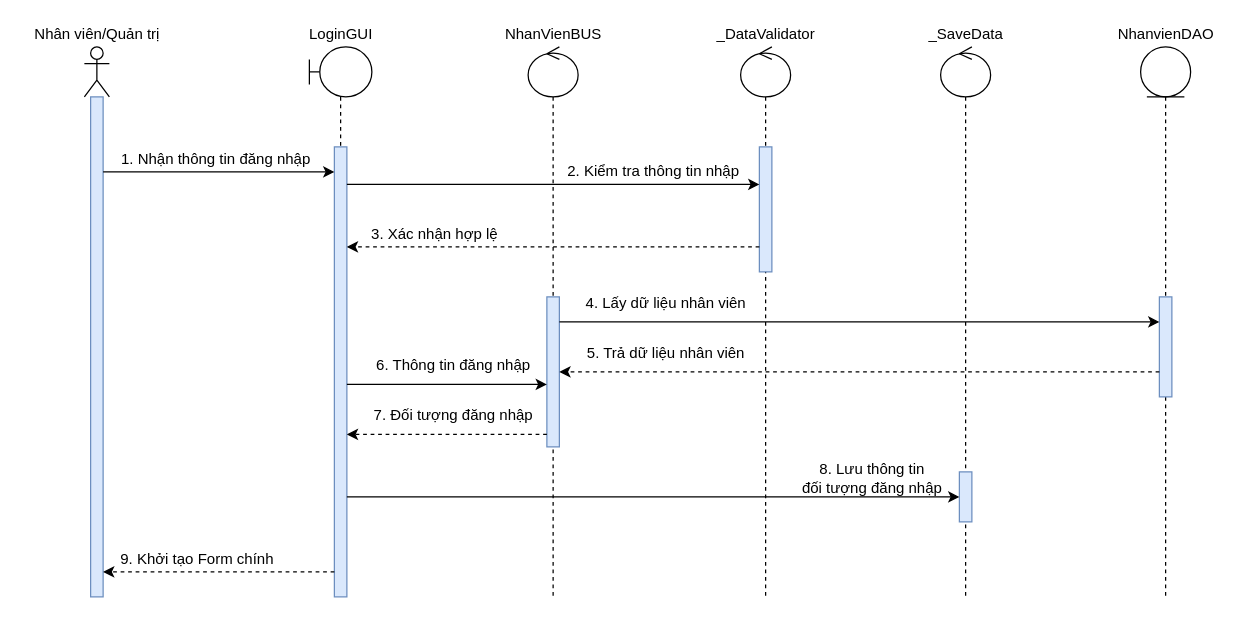
This is Sequence Diagrams/Quân Phạm/SD_ĐăngNhập.drawio from EdgarIgnite16/OOAD-Project, a draw.io file, before an edit. Source tidied: cells renumbered, new cells numbered last; positions are measured from the earlier drawing's top-left corner, leaving out a move shared by most shapes. Both pictures are drawn from the tidied source at 125%, with x=0, y=0 at pixel (21, 21).
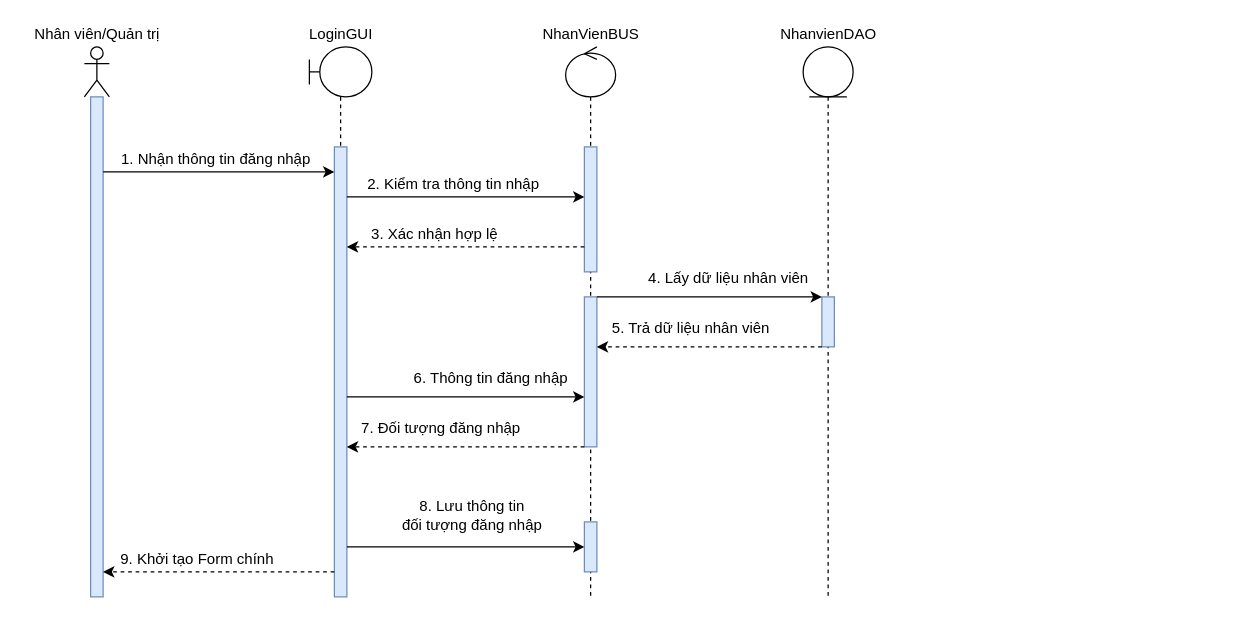
The same diagram, later.

Commit message (it also covers changes not shown here):
update dành cho báo đời

Unchanged cells that the change refers to:
```xml
<mxCell id="6" style="html=1;points=[];perimeter=orthogonalPerimeter;fillColor=#dae8fc;strokeColor=#6c8ebf;" parent="5" vertex="1">
  <mxGeometry x="20" y="80" width="10" height="360" as="geometry" />
</mxCell>
<mxCell id="8" style="html=1;points=[];perimeter=orthogonalPerimeter;fillColor=#dae8fc;strokeColor=#6c8ebf;" parent="7" vertex="1">
  <mxGeometry x="15" y="200" width="10" height="120" as="geometry" />
</mxCell>
```

What changed in the source:
```diff
@@
     <mxCell id="7" style="shape=umlLifeline;participant=umlControl;perimeter=lifelinePerimeter;whiteSpace=wrap;html=1;verticalAlign=top;spacingTop=36;" parent="1" vertex="1">
-      <mxGeometry x="405" y="20" width="40" height="440" as="geometry" />
+      <mxGeometry x="435" y="20" width="40" height="440" as="geometry" />
     </mxCell>
@@
+    <mxCell id="15" style="html=1;points=[];perimeter=orthogonalPerimeter;fillColor=#dae8fc;strokeColor=#6c8ebf;" parent="7" vertex="1">
+      <mxGeometry x="15" y="80" width="10" height="100" as="geometry" />
+    </mxCell>
+    <mxCell id="21" style="html=1;points=[];perimeter=orthogonalPerimeter;fillColor=#dae8fc;strokeColor=#6c8ebf;" parent="7" vertex="1">
+      <mxGeometry x="15" y="380" width="10" height="40" as="geometry" />
+    </mxCell>
@@
     <mxCell id="10" value="NhanVienBUS" style="text;html=1;align=center;verticalAlign=middle;strokeColor=none;fillColor=none;" parent="1" vertex="1">
-      <mxGeometry x="380" width="90" height="20" as="geometry" />
+      <mxGeometry x="410" width="90" height="20" as="geometry" />
     </mxCell>
-    <mxCell id="11" value="_SaveData" style="text;html=1;align=center;verticalAlign=middle;strokeColor=none;fillColor=none;" parent="1" vertex="1">
-      <mxGeometry x="720" width="70" height="20" as="geometry" />
-    </mxCell>
@@
-    <mxCell id="14" style="shape=umlLifeline;participant=umlControl;perimeter=lifelinePerimeter;whiteSpace=wrap;html=1;verticalAlign=top;spacingTop=36;" parent="1" vertex="1">
-      <mxGeometry x="575" y="20" width="40" height="440" as="geometry" />
-    </mxCell>
-    <mxCell id="15" style="html=1;points=[];perimeter=orthogonalPerimeter;fillColor=#dae8fc;strokeColor=#6c8ebf;" parent="14" vertex="1">
-      <mxGeometry x="15" y="80" width="10" height="100" as="geometry" />
-    </mxCell>
-    <mxCell id="16" value="_DataValidator" style="text;html=1;align=center;verticalAlign=middle;strokeColor=none;fillColor=none;" parent="1" vertex="1">
-      <mxGeometry x="550" width="90" height="20" as="geometry" />
-    </mxCell>
     <mxCell id="17" style="shape=umlLifeline;participant=umlEntity;perimeter=lifelinePerimeter;whiteSpace=wrap;html=1;verticalAlign=top;spacingTop=36;" parent="1" vertex="1">
-      <mxGeometry x="895" y="20" width="40" height="440" as="geometry" />
+      <mxGeometry x="625" y="20" width="40" height="440" as="geometry" />
     </mxCell>
     <mxCell id="18" style="html=1;points=[];perimeter=orthogonalPerimeter;fillColor=#dae8fc;strokeColor=#6c8ebf;" parent="17" vertex="1">
-      <mxGeometry x="15" y="200" width="10" height="80" as="geometry" />
+      <mxGeometry x="15" y="200" width="10" height="40" as="geometry" />
     </mxCell>
     <mxCell id="19" value="NhanvienDAO" style="text;html=1;align=center;verticalAlign=middle;strokeColor=none;fillColor=none;" parent="1" vertex="1">
-      <mxGeometry x="870" width="90" height="20" as="geometry" />
+      <mxGeometry x="600" width="90" height="20" as="geometry" />
     </mxCell>
-    <mxCell id="20" style="shape=umlLifeline;participant=umlControl;perimeter=lifelinePerimeter;whiteSpace=wrap;html=1;verticalAlign=top;spacingTop=36;" parent="1" vertex="1">
-      <mxGeometry x="735" y="20" width="40" height="440" as="geometry" />
-    </mxCell>
-    <mxCell id="21" style="html=1;points=[];perimeter=orthogonalPerimeter;fillColor=#dae8fc;strokeColor=#6c8ebf;" parent="20" vertex="1">
-      <mxGeometry x="15" y="340" width="10" height="40" as="geometry" />
-    </mxCell>
     <mxCell id="22" style="edgeStyle=orthogonalEdgeStyle;rounded=0;jettySize=auto;html=1;" parent="1" edge="1" source="6" target="15">
       <mxGeometry relative="1" as="geometry">
         <Array as="points">
-          <mxPoint x="430" y="130" />
-          <mxPoint x="430" y="130" />
+          <mxPoint x="350" y="140" />
+          <mxPoint x="350" y="140" />
         </Array>
       </mxGeometry>
     </mxCell>
     <mxCell id="23" value="2. Kiểm tra thông tin nhập" style="text;html=1;align=center;verticalAlign=middle;strokeColor=none;fillColor=none;" parent="1" vertex="1">
-      <mxGeometry x="430" y="110" width="150" height="20" as="geometry" />
+      <mxGeometry x="270" y="120" width="150" height="20" as="geometry" />
     </mxCell>
     <mxCell id="24" style="edgeStyle=orthogonalEdgeStyle;rounded=0;jettySize=auto;html=1;dashed=1;" parent="1" edge="1" source="15" target="6">
       <mxGeometry relative="1" as="geometry">
         <Array as="points">
-          <mxPoint x="430" y="180" />
-          <mxPoint x="430" y="180" />
+          <mxPoint x="340" y="180" />
+          <mxPoint x="340" y="180" />
         </Array>
       </mxGeometry>
     </mxCell>
@@
     <mxCell id="26" style="edgeStyle=orthogonalEdgeStyle;rounded=0;jettySize=auto;html=1;" parent="1" edge="1" source="6" target="8">
       <mxGeometry relative="1" as="geometry">
         <Array as="points">
-          <mxPoint x="350" y="290" />
-          <mxPoint x="350" y="290" />
+          <mxPoint x="360" y="300" />
+          <mxPoint x="360" y="300" />
         </Array>
       </mxGeometry>
     </mxCell>
     <mxCell id="27" style="edgeStyle=orthogonalEdgeStyle;rounded=0;jettySize=auto;html=1;dashed=1;" parent="1" edge="1" source="18" target="8">
       <mxGeometry relative="1" as="geometry">
         <Array as="points">
-          <mxPoint x="670" y="280" />
-          <mxPoint x="670" y="280" />
+          <mxPoint x="560" y="260" />
+          <mxPoint x="560" y="260" />
         </Array>
       </mxGeometry>
     </mxCell>
     <mxCell id="28" value="5. Trả dữ liệu nhân viên" style="text;html=1;align=center;verticalAlign=middle;strokeColor=none;fillColor=none;" parent="1" vertex="1">
-      <mxGeometry x="440" y="250" width="150" height="30" as="geometry" />
+      <mxGeometry x="460" y="230" width="150" height="30" as="geometry" />
     </mxCell>
     <mxCell id="29" value="6. Thông tin đăng nhập" style="text;html=1;align=center;verticalAlign=middle;strokeColor=none;fillColor=none;" parent="1" vertex="1">
-      <mxGeometry x="270" y="260" width="150" height="30" as="geometry" />
+      <mxGeometry x="300" y="270" width="150" height="30" as="geometry" />
     </mxCell>
     <mxCell id="30" style="edgeStyle=orthogonalEdgeStyle;rounded=0;jettySize=auto;html=1;dashed=1;" parent="1" edge="1" source="8" target="6">
       <mxGeometry relative="1" as="geometry">
         <Array as="points">
-          <mxPoint x="340" y="330" />
-          <mxPoint x="340" y="330" />
+          <mxPoint x="350" y="340" />
+          <mxPoint x="350" y="340" />
         </Array>
       </mxGeometry>
     </mxCell>
     <mxCell id="31" value="7. Đối tượng đăng nhập" style="text;html=1;align=center;verticalAlign=middle;strokeColor=none;fillColor=none;" parent="1" vertex="1">
-      <mxGeometry x="270" y="300" width="150" height="30" as="geometry" />
+      <mxGeometry x="260" y="310" width="150" height="30" as="geometry" />
     </mxCell>
-    <mxCell id="32" style="edgeStyle=orthogonalEdgeStyle;rounded=0;jettySize=auto;html=1;" parent="1" edge="1" source="6" target="21">
-      <mxGeometry relative="1" as="geometry">
-        <Array as="points">
-          <mxPoint x="700" y="380" />
-          <mxPoint x="700" y="380" />
-        </Array>
-      </mxGeometry>
-    </mxCell>
@@
     <mxCell id="34" value="8. Lưu thông tin&lt;br&gt;đối tượng đăng nhập" style="text;html=1;align=center;verticalAlign=middle;strokeColor=none;fillColor=none;" parent="1" vertex="1">
-      <mxGeometry x="610" y="345" width="140" height="40" as="geometry" />
+      <mxGeometry x="290" y="375" width="140" height="40" as="geometry" />
     </mxCell>
@@
     <mxCell id="36" style="edgeStyle=orthogonalEdgeStyle;rounded=0;jettySize=auto;html=1;" parent="1" edge="1" source="8" target="18">
       <mxGeometry relative="1" as="geometry">
         <Array as="points">
-          <mxPoint x="660" y="240" />
-          <mxPoint x="660" y="240" />
+          <mxPoint x="510" y="220" />
+          <mxPoint x="510" y="220" />
         </Array>
       </mxGeometry>
     </mxCell>
     <mxCell id="37" value="4. Lấy dữ liệu nhân viên" style="text;html=1;align=center;verticalAlign=middle;strokeColor=none;fillColor=none;" parent="1" vertex="1">
-      <mxGeometry x="440" y="210" width="150" height="30" as="geometry" />
+      <mxGeometry x="490" y="190" width="150" height="30" as="geometry" />
     </mxCell>
+    <mxCell id="32" style="edgeStyle=orthogonalEdgeStyle;rounded=0;jettySize=auto;html=1;" parent="1" edge="1" source="6" target="21">
+      <mxGeometry relative="1" as="geometry">
+        <Array as="points">
+          <mxPoint x="320" y="420" />
+          <mxPoint x="320" y="420" />
+        </Array>
+      </mxGeometry>
+    </mxCell>
```
